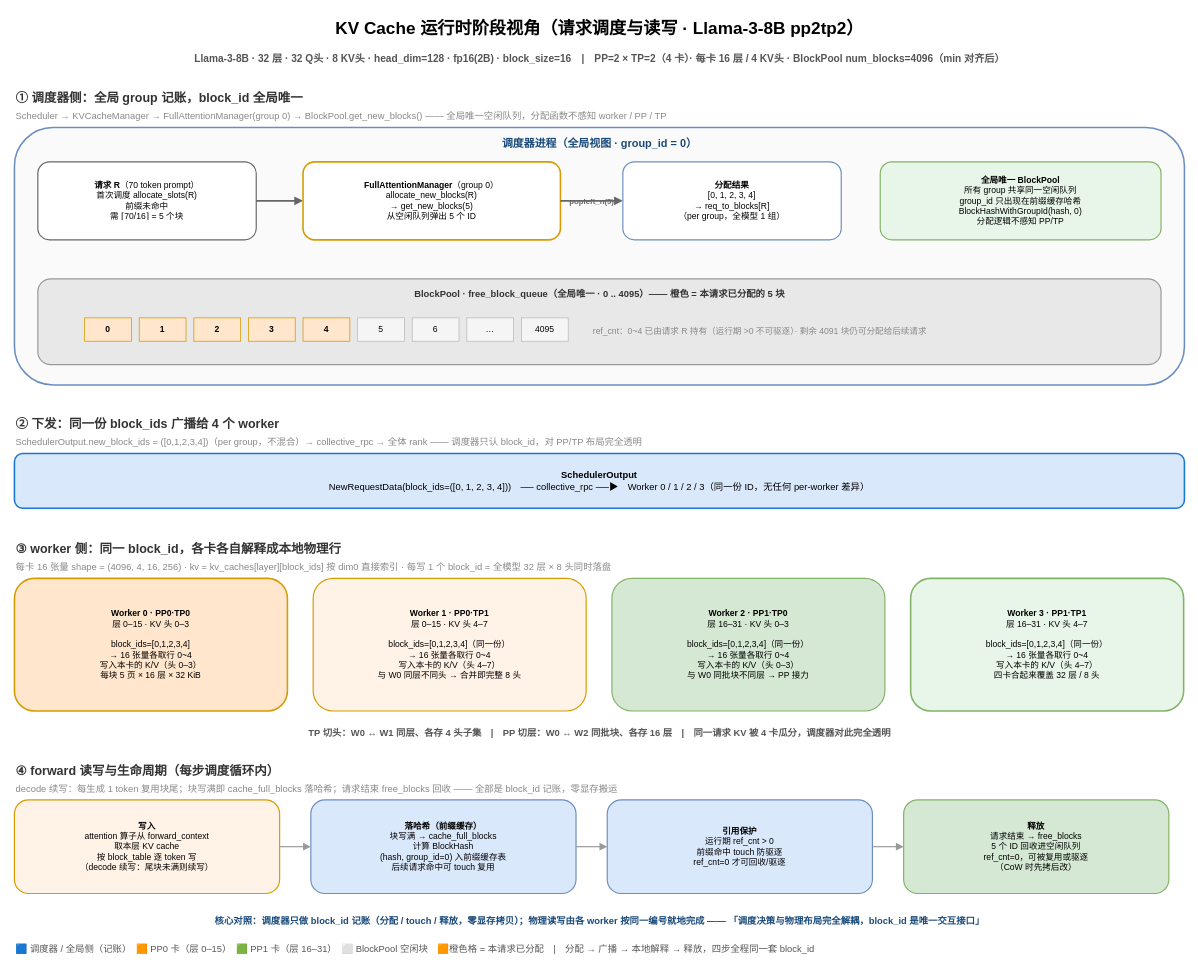
Earlier version of the draw.io diagram vllm/v1/core/kvcache_draw_ppt/kvcache_fullattn_runtime.drawio (GoCHug/vllm). Source tidied: cells renumbered, new cells numbered last; positions are measured from the earlier drawing's top-left corner, leaving out a move shared by most shapes. Both pictures are drawn from the tidied source at 78%, with x=0, y=0 at pixel (14, 13).
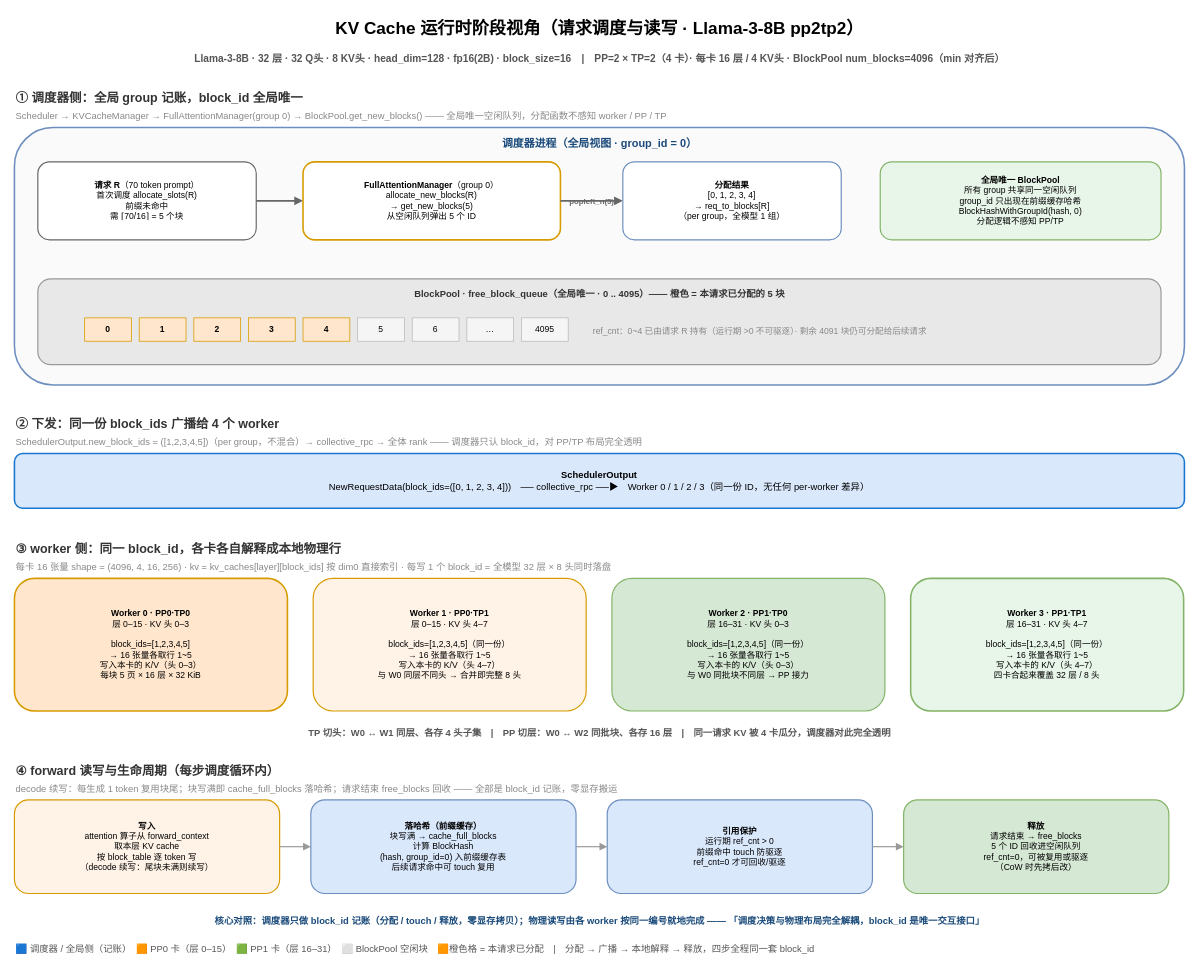
After the change.

What changed in the source:
```diff
@@
-    <mxCell id="28" value="SchedulerOutput.new_block_ids = ([0,1,2,3,4])（per group，不混合）→ collective_rpc → 全体 rank —— 调度器只认 block_id，对 PP/TP 布局完全透明" style="text;html=1;fontSize=12;fontColor=#888888;" parent="1" vertex="1">
+    <mxCell id="28" value="SchedulerOutput.new_block_ids = ([1,2,3,4,5])（per group，不混合）→ collective_rpc → 全体 rank —— 调度器只认 block_id，对 PP/TP 布局完全透明" style="text;html=1;fontSize=12;fontColor=#888888;" parent="1" vertex="1">
       <mxGeometry y="536" width="1500" height="18" as="geometry" />
     </mxCell>
@@
-    <mxCell id="32" value="&lt;b&gt;Worker 0 · PP0·TP0&lt;/b&gt;&#10;层 0–15 · KV 头 0–3&#10;&#10;block_ids=[0,1,2,3,4]&#10;→ 16 张量各取行 0~4&#10;写入本卡的 K/V（头 0–3）&#10;每块 5 页 × 16 层 × 32 KiB" style="rounded=1;whiteSpace=wrap;html=1;fillColor=#ffe6cc;strokeColor=#d79b00;strokeWidth=2;fontSize=11;verticalAlign=middle;align=center;" parent="1" vertex="1">
+    <mxCell id="32" value="&lt;b&gt;Worker 0 · PP0·TP0&lt;/b&gt;&#10;层 0–15 · KV 头 0–3&#10;&#10;block_ids=[1,2,3,4,5]&#10;→ 16 张量各取行 1~5&#10;写入本卡的 K/V（头 0–3）&#10;每块 5 页 × 16 层 × 32 KiB" style="rounded=1;whiteSpace=wrap;html=1;fillColor=#ffe6cc;strokeColor=#d79b00;strokeWidth=2;fontSize=11;verticalAlign=middle;align=center;" parent="1" vertex="1">
       <mxGeometry y="724" width="350" height="170" as="geometry" />
     </mxCell>
-    <mxCell id="33" value="&lt;b&gt;Worker 1 · PP0·TP1&lt;/b&gt;&#10;层 0–15 · KV 头 4–7&#10;&#10;block_ids=[0,1,2,3,4]（同一份）&#10;→ 16 张量各取行 0~4&#10;写入本卡的 K/V（头 4–7）&#10;与 W0 同层不同头 → 合并即完整 8 头" style="rounded=1;whiteSpace=wrap;html=1;fillColor=#fff2e6;strokeColor=#d79b00;strokeWidth=1.5;fontSize=11;verticalAlign=middle;align=center;" parent="1" vertex="1">
+    <mxCell id="33" value="&lt;b&gt;Worker 1 · PP0·TP1&lt;/b&gt;&#10;层 0–15 · KV 头 4–7&#10;&#10;block_ids=[1,2,3,4,5]（同一份）&#10;→ 16 张量各取行 1~5&#10;写入本卡的 K/V（头 4–7）&#10;与 W0 同层不同头 → 合并即完整 8 头" style="rounded=1;whiteSpace=wrap;html=1;fillColor=#fff2e6;strokeColor=#d79b00;strokeWidth=1.5;fontSize=11;verticalAlign=middle;align=center;" parent="1" vertex="1">
       <mxGeometry x="383" y="724" width="350" height="170" as="geometry" />
     </mxCell>
-    <mxCell id="34" value="&lt;b&gt;Worker 2 · PP1·TP0&lt;/b&gt;&#10;层 16–31 · KV 头 0–3&#10;&#10;block_ids=[0,1,2,3,4]（同一份）&#10;→ 16 张量各取行 0~4&#10;写入本卡的 K/V（头 0–3）&#10;与 W0 同批块不同层 → PP 接力" style="rounded=1;whiteSpace=wrap;html=1;fillColor=#d5e8d4;strokeColor=#82b366;strokeWidth=1.5;fontSize=11;verticalAlign=middle;align=center;" parent="1" vertex="1">
+    <mxCell id="34" value="&lt;b&gt;Worker 2 · PP1·TP0&lt;/b&gt;&#10;层 16–31 · KV 头 0–3&#10;&#10;block_ids=[1,2,3,4,5]（同一份）&#10;→ 16 张量各取行 1~5&#10;写入本卡的 K/V（头 0–3）&#10;与 W0 同批块不同层 → PP 接力" style="rounded=1;whiteSpace=wrap;html=1;fillColor=#d5e8d4;strokeColor=#82b366;strokeWidth=1.5;fontSize=11;verticalAlign=middle;align=center;" parent="1" vertex="1">
       <mxGeometry x="766" y="724" width="350" height="170" as="geometry" />
     </mxCell>
-    <mxCell id="35" value="&lt;b&gt;Worker 3 · PP1·TP1&lt;/b&gt;&#10;层 16–31 · KV 头 4–7&#10;&#10;block_ids=[0,1,2,3,4]（同一份）&#10;→ 16 张量各取行 0~4&#10;写入本卡的 K/V（头 4–7）&#10;四卡合起来覆盖 32 层 / 8 头" style="rounded=1;whiteSpace=wrap;html=1;fillColor=#e8f5e9;strokeColor=#82b366;strokeWidth=2;fontSize=11;verticalAlign=middle;align=center;" parent="1" vertex="1">
+    <mxCell id="35" value="&lt;b&gt;Worker 3 · PP1·TP1&lt;/b&gt;&#10;层 16–31 · KV 头 4–7&#10;&#10;block_ids=[1,2,3,4,5]（同一份）&#10;→ 16 张量各取行 1~5&#10;写入本卡的 K/V（头 4–7）&#10;四卡合起来覆盖 32 层 / 8 头" style="rounded=1;whiteSpace=wrap;html=1;fillColor=#e8f5e9;strokeColor=#82b366;strokeWidth=2;fontSize=11;verticalAlign=middle;align=center;" parent="1" vertex="1">
       <mxGeometry x="1149" y="724" width="350" height="170" as="geometry" />
     </mxCell>
```
